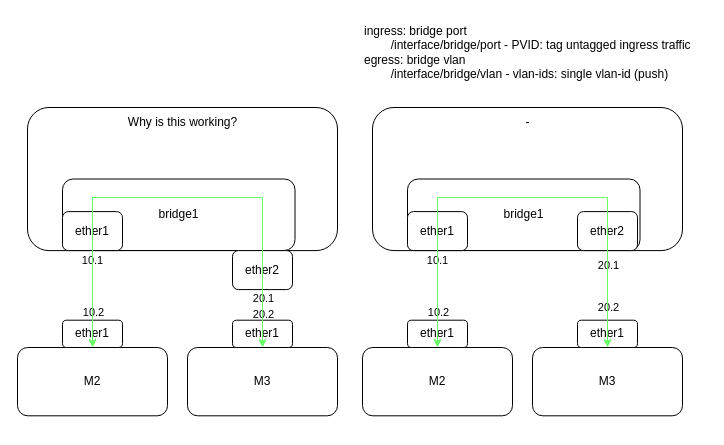
Earlier version of the draw.io diagram mikrotik-mikrotik/mikrotik-logic.drawio (plasmin/clab). Source tidied: cells renumbered, new cells numbered last; positions are measured from the earlier drawing's top-left corner, leaving out a move shared by most shapes. Both pictures are drawn from the tidied source at 100%, with x=0, y=0 at pixel (17, 17).
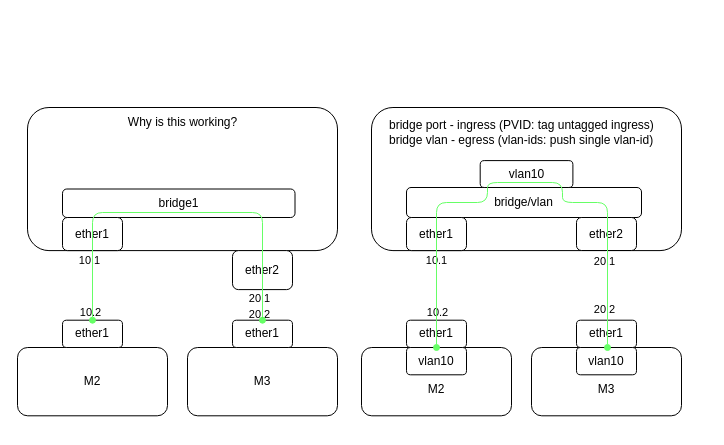
The same diagram, later.

The change refers to these unchanged cells:
```xml
<mxCell id="2" style="group;" parent="1" vertex="1">
  <mxGeometry y="90" width="320" height="320" as="geometry" />
</mxCell>
<mxCell id="12" value="ether2" style="rounded=1;whiteSpace=wrap;html=1;" parent="2" vertex="1">
  <mxGeometry x="215" y="143.1" width="60" height="39" as="geometry" />
</mxCell>
<mxCell id="13" value="M2" style="rounded=1;whiteSpace=wrap;html=1;" parent="2" vertex="1">
  <mxGeometry y="240" width="150" height="68.3" as="geometry" />
</mxCell>
<mxCell id="14" value="M3" style="rounded=1;whiteSpace=wrap;html=1;" parent="2" vertex="1">
  <mxGeometry x="170" y="240" width="150" height="68.3" as="geometry" />
</mxCell>
<mxCell id="15" value="ether1" style="rounded=1;whiteSpace=wrap;html=1;" parent="2" vertex="1">
  <mxGeometry x="45" y="212.7" width="60" height="27.3" as="geometry" />
</mxCell>
<mxCell id="16" value="ether1" style="rounded=1;whiteSpace=wrap;html=1;" parent="2" vertex="1">
  <mxGeometry x="215" y="212.7" width="60" height="27.3" as="geometry" />
</mxCell>
<mxCell id="32" value="ether1" style="rounded=1;whiteSpace=wrap;html=1;" parent="19" vertex="1">
  <mxGeometry x="45" y="212.7" width="60" height="27.3" as="geometry" />
</mxCell>
<mxCell id="33" value="ether1" style="rounded=1;whiteSpace=wrap;html=1;" parent="19" vertex="1">
  <mxGeometry x="215" y="212.7" width="60" height="27.3" as="geometry" />
</mxCell>
```

What changed in the source:
```diff
@@
     <mxCell id="4" value="bridge1" style="rounded=1;whiteSpace=wrap;html=1;" parent="2" vertex="1">
-      <mxGeometry x="45" y="71.5" width="232.5" height="71.5" as="geometry" />
+      <mxGeometry x="45" y="81.5" width="232.5" height="28.5" as="geometry" />
     </mxCell>
-    <mxCell id="5" style="edgeStyle=orthogonalEdgeStyle;rounded=0;jettySize=auto;html=1;exitX=0.5;exitY=1;exitDx=0;exitDy=0;entryX=0.5;entryY=0;entryDx=0;entryDy=0;endArrow=none;endFill=0;" parent="2" edge="1" source="8" target="15">
+    <mxCell id="5" style="edgeStyle=orthogonalEdgeStyle;rounded=0;jettySize=auto;html=1;exitX=0.5;exitY=1;exitDx=0;exitDy=0;entryX=0.5;entryY=0;entryDx=0;entryDy=0;endArrow=none;endFill=0;strokeColor=#FFFFFF;" parent="2" edge="1" source="8" target="15">
       <mxGeometry relative="1" as="geometry" />
     </mxCell>
     <mxCell id="6" value="10.2" style="edgeLabel;html=1;align=center;verticalAlign=middle;" parent="5" vertex="1">
       <mxGeometry x="0.81" relative="1" as="geometry">
-        <mxPoint y="-2" as="offset" />
+        <mxPoint x="-3" y="-2" as="offset" />
       </mxGeometry>
     </mxCell>
     <mxCell id="7" value="10.1" style="edgeLabel;html=1;align=center;verticalAlign=middle;" parent="5" vertex="1">
-      <mxGeometry x="-0.73" y="-1" relative="1" as="geometry" />
+      <mxGeometry x="-0.73" y="-1" relative="1" as="geometry">
+        <mxPoint x="-3" as="offset" />
+      </mxGeometry>
     </mxCell>
     <mxCell id="8" value="ether1" style="rounded=1;whiteSpace=wrap;html=1;" parent="2" vertex="1">
-      <mxGeometry x="45" y="104.1" width="60" height="39" as="geometry" />
+      <mxGeometry x="45" y="110" width="60" height="33.1" as="geometry" />
     </mxCell>
-    <mxCell id="9" style="edgeStyle=orthogonalEdgeStyle;rounded=0;jettySize=auto;html=1;exitX=0.5;exitY=1;exitDx=0;exitDy=0;entryX=0.5;entryY=0;entryDx=0;entryDy=0;endArrow=none;endFill=0;" parent="2" edge="1" source="12" target="16">
+    <mxCell id="9" style="edgeStyle=orthogonalEdgeStyle;rounded=0;jettySize=auto;html=1;exitX=0.5;exitY=1;exitDx=0;exitDy=0;entryX=0.5;entryY=0;entryDx=0;entryDy=0;endArrow=none;endFill=0;strokeColor=#FFFFFF;" parent="2" edge="1" source="12" target="16">
       <mxGeometry relative="1" as="geometry" />
     </mxCell>
     <mxCell id="10" value="20.1" style="edgeLabel;html=1;align=center;verticalAlign=middle;" parent="9" vertex="1">
       <mxGeometry x="-0.69" relative="1" as="geometry">
-        <mxPoint y="3" as="offset" />
+        <mxPoint x="-4" y="3" as="offset" />
       </mxGeometry>
     </mxCell>
     <mxCell id="11" value="20.2" style="edgeLabel;html=1;align=center;verticalAlign=middle;" parent="9" vertex="1">
       <mxGeometry x="0.64" relative="1" as="geometry">
-        <mxPoint y="-1" as="offset" />
+        <mxPoint x="-4" y="-1" as="offset" />
       </mxGeometry>
     </mxCell>
@@
-    <mxCell id="18" style="edgeStyle=elbowEdgeStyle;rounded=0;jettySize=auto;html=1;exitX=0.5;exitY=0;exitDx=0;exitDy=0;entryX=0.5;entryY=0;entryDx=0;entryDy=0;strokeColor=#66FF66;elbow=vertical;startArrow=classic;startFill=1;" parent="2" edge="1" source="13" target="14">
+    <mxCell id="18" style="edgeStyle=orthogonalEdgeStyle;rounded=1;jettySize=auto;html=1;strokeColor=#66FF66;elbow=vertical;startArrow=oval;startFill=1;curved=0;exitX=0.5;exitY=0;exitDx=0;exitDy=0;flowAnimation=1;endArrow=oval;endFill=1;entryX=0.5;entryY=0;entryDx=0;entryDy=0;" parent="2" edge="1" source="15" target="16">
       <mxGeometry relative="1" as="geometry">
         <Array as="points">
-          <mxPoint x="160" y="90" />
+          <mxPoint x="75" y="105" />
+          <mxPoint x="245" y="105" />
         </Array>
       </mxGeometry>
     </mxCell>
     <mxCell id="19" style="group;" parent="1" vertex="1">
-      <mxGeometry x="345" y="90" width="320" height="320" as="geometry" />
+      <mxGeometry x="344" y="90" width="345" height="320" as="geometry" />
     </mxCell>
@@
-    <mxCell id="21" value="bridge1" style="rounded=1;whiteSpace=wrap;html=1;" parent="19" vertex="1">
-      <mxGeometry x="45" y="71.5" width="232.5" height="71.5" as="geometry" />
-    </mxCell>
+    <mxCell id="37" value="&lt;div&gt;bridge/vlan&lt;/div&gt;" style="rounded=1;whiteSpace=wrap;html=1;" parent="19" vertex="1">
+      <mxGeometry x="45" y="80" width="235" height="30" as="geometry" />
+    </mxCell>
-    <mxCell id="22" style="edgeStyle=orthogonalEdgeStyle;rounded=0;jettySize=auto;html=1;exitX=0.5;exitY=1;exitDx=0;exitDy=0;entryX=0.5;entryY=0;entryDx=0;entryDy=0;endArrow=none;endFill=0;" parent="19" edge="1" source="25" target="32">
+    <mxCell id="22" style="edgeStyle=orthogonalEdgeStyle;rounded=0;jettySize=auto;html=1;exitX=0.5;exitY=1;exitDx=0;exitDy=0;entryX=0.5;entryY=0;entryDx=0;entryDy=0;endArrow=none;endFill=0;strokeColor=#FFFFFF;" parent="19" edge="1" source="25" target="32">
       <mxGeometry relative="1" as="geometry" />
     </mxCell>
@@
     <mxCell id="25" value="ether1" style="rounded=1;whiteSpace=wrap;html=1;" parent="19" vertex="1">
-      <mxGeometry x="45" y="104.1" width="60" height="39" as="geometry" />
+      <mxGeometry x="45" y="110" width="60" height="33.1" as="geometry" />
     </mxCell>
-    <mxCell id="26" style="edgeStyle=orthogonalEdgeStyle;rounded=0;jettySize=auto;html=1;exitX=0.5;exitY=1;exitDx=0;exitDy=0;entryX=0.5;entryY=0;entryDx=0;entryDy=0;endArrow=none;endFill=0;" parent="19" edge="1" source="29" target="33">
+    <mxCell id="26" style="edgeStyle=orthogonalEdgeStyle;rounded=0;jettySize=auto;html=1;exitX=0.5;exitY=1;exitDx=0;exitDy=0;entryX=0.5;entryY=0;entryDx=0;entryDy=0;endArrow=none;endFill=0;strokeColor=#FFFFFF;" parent="19" edge="1" source="29" target="33">
       <mxGeometry relative="1" as="geometry" />
     </mxCell>
     <mxCell id="27" value="20.1" style="edgeLabel;html=1;align=center;verticalAlign=middle;" parent="26" vertex="1">
       <mxGeometry x="-0.69" relative="1" as="geometry">
-        <mxPoint y="3" as="offset" />
+        <mxPoint x="-3" y="-1" as="offset" />
       </mxGeometry>
     </mxCell>
     <mxCell id="28" value="20.2" style="edgeLabel;html=1;align=center;verticalAlign=middle;" parent="26" vertex="1">
       <mxGeometry x="0.64" relative="1" as="geometry">
-        <mxPoint y="-1" as="offset" />
+        <mxPoint x="-3" y="1" as="offset" />
       </mxGeometry>
     </mxCell>
     <mxCell id="29" value="ether2" style="rounded=1;whiteSpace=wrap;html=1;" parent="19" vertex="1">
-      <mxGeometry x="215" y="104.1" width="60" height="39" as="geometry" />
+      <mxGeometry x="215" y="110" width="60" height="33" as="geometry" />
     </mxCell>
-    <mxCell id="30" value="M2" style="rounded=1;whiteSpace=wrap;html=1;" parent="19" vertex="1">
+    <mxCell id="30" value="&lt;div&gt;&lt;br&gt;&lt;/div&gt;&lt;div&gt;M2&lt;/div&gt;" style="rounded=1;whiteSpace=wrap;html=1;" parent="19" vertex="1">
       <mxGeometry y="240" width="150" height="68.3" as="geometry" />
     </mxCell>
-    <mxCell id="31" value="M3" style="rounded=1;whiteSpace=wrap;html=1;" parent="19" vertex="1">
+    <mxCell id="31" value="&lt;br&gt;&lt;div&gt;M3&lt;/div&gt;" style="rounded=1;whiteSpace=wrap;html=1;" parent="19" vertex="1">
       <mxGeometry x="170" y="240" width="150" height="68.3" as="geometry" />
     </mxCell>
@@
-    <mxCell id="34" value="-" style="text;html=1;align=center;verticalAlign=middle;whiteSpace=wrap;rounded=0;" parent="19" vertex="1">
-      <mxGeometry x="72.5" width="185" height="30" as="geometry" />
-    </mxCell>
+    <mxCell id="38" value="vlan10" style="rounded=1;whiteSpace=wrap;html=1;" parent="19" vertex="1">
+      <mxGeometry x="45" y="240" width="60" height="27.3" as="geometry" />
+    </mxCell>
+    <mxCell id="39" value="vlan10" style="rounded=1;whiteSpace=wrap;html=1;" parent="19" vertex="1">
+      <mxGeometry x="215" y="240" width="60" height="27.3" as="geometry" />
+    </mxCell>
+    <mxCell id="40" value="vlan10" style="rounded=1;whiteSpace=wrap;html=1;" parent="19" vertex="1">
+      <mxGeometry x="118.7" y="53.1" width="92.7" height="26.9" as="geometry" />
+    </mxCell>
-    <mxCell id="35" style="edgeStyle=elbowEdgeStyle;rounded=0;jettySize=auto;html=1;exitX=0.5;exitY=0;exitDx=0;exitDy=0;entryX=0.5;entryY=0;entryDx=0;entryDy=0;strokeColor=#66FF66;elbow=vertical;startArrow=classic;startFill=1;" parent="19" edge="1" source="30" target="31">
+    <mxCell id="35" style="edgeStyle=orthogonalEdgeStyle;rounded=1;jettySize=auto;html=1;strokeColor=#66FF66;startArrow=oval;startFill=1;elbow=vertical;flowAnimation=1;endArrow=oval;endFill=1;exitX=0.5;exitY=1;exitDx=0;exitDy=0;" parent="19" edge="1" source="32" target="39">
       <mxGeometry relative="1" as="geometry">
         <Array as="points">
-          <mxPoint x="160" y="90" />
+          <mxPoint x="75" y="95" />
+          <mxPoint x="126" y="95" />
+          <mxPoint x="126" y="75" />
+          <mxPoint x="201" y="75" />
+          <mxPoint x="201" y="95" />
+          <mxPoint x="246" y="95" />
         </Array>
       </mxGeometry>
     </mxCell>
-    <mxCell id="36" value="&lt;div&gt;ingress: bridge port&lt;/div&gt;&lt;div&gt;&lt;div&gt;&lt;span style=&quot;white-space: pre;&quot;&gt;&#9;&lt;/span&gt;/interface/bridge/port - PVID: tag untagged ingress traffic&lt;/div&gt;&lt;/div&gt;&lt;div&gt;egress: bridge vlan&lt;/div&gt;&lt;div&gt;&lt;span style=&quot;white-space: pre;&quot;&gt;&#9;&lt;/span&gt;&lt;span style=&quot;white-space: pre;&quot;&gt;&lt;/span&gt;/interface/bridge/vlan - vlan-ids: single vlan-id (push)&lt;br&gt;&lt;/div&gt;" style="text;html=1;align=left;verticalAlign=middle;whiteSpace=wrap;rounded=0;" parent="1" vertex="1">
-      <mxGeometry x="345" width="335" height="70" as="geometry" />
+    <mxCell id="36" value="&lt;div&gt;bridge port - ingress (PVID: tag untagged ingress)&lt;/div&gt;&lt;div&gt;bridge vlan - egress (vlan-ids: push single vlan-id)&lt;br&gt;&lt;/div&gt;" style="text;html=1;align=left;verticalAlign=middle;whiteSpace=wrap;rounded=0;" parent="19" vertex="1">
+      <mxGeometry x="26" y="5" width="280" height="40" as="geometry" />
     </mxCell>
```
